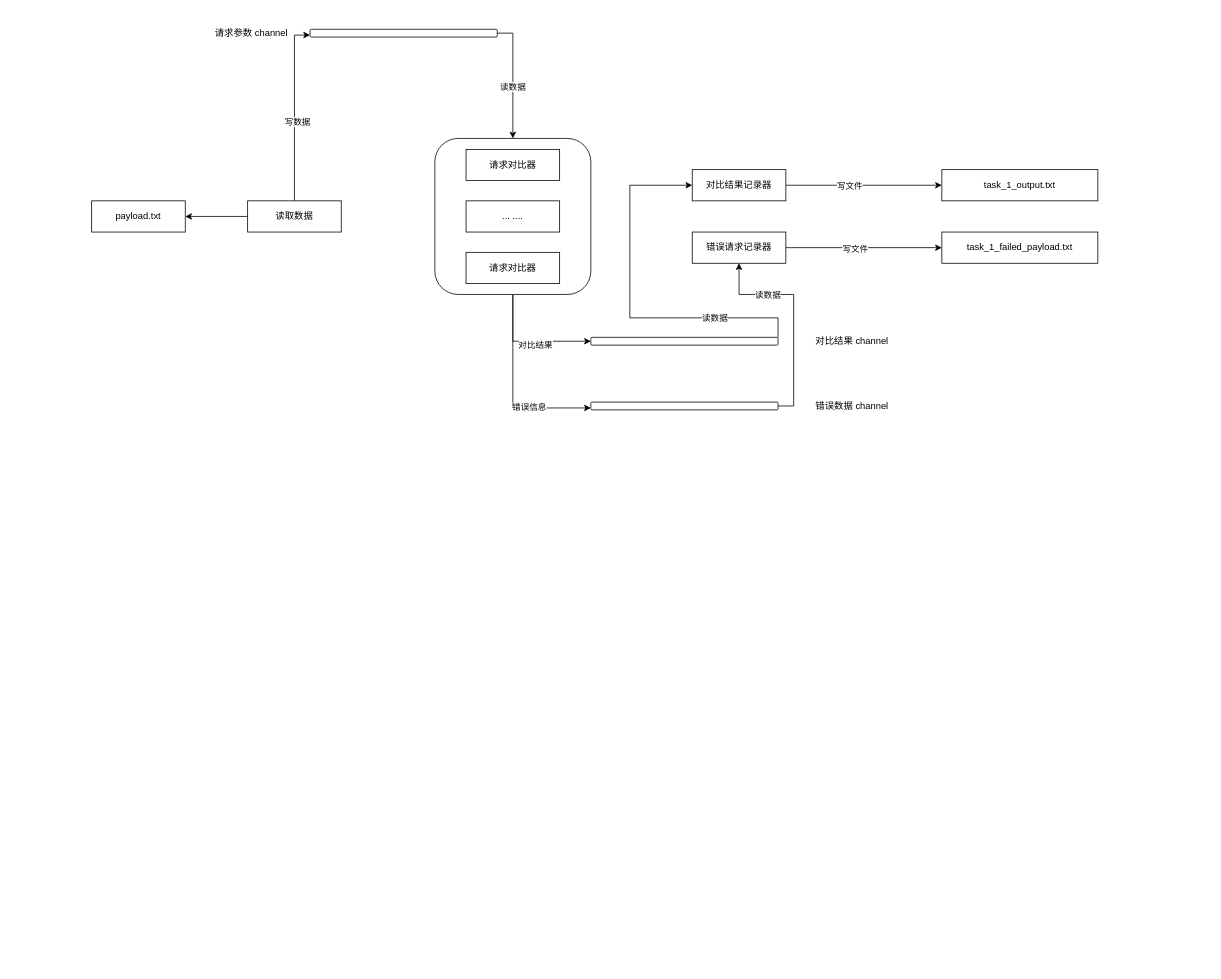
Above: tools/http-diff.drawio in LanSeTianYe/draw (draw.io), before the change. Source tidied: cells renumbered, new cells numbered last; positions are measured from the earlier drawing's top-left corner, leaving out a move shared by most shapes. Both pictures are drawn from the tidied source at 78%, with x=0, y=0 at pixel (91, 21).
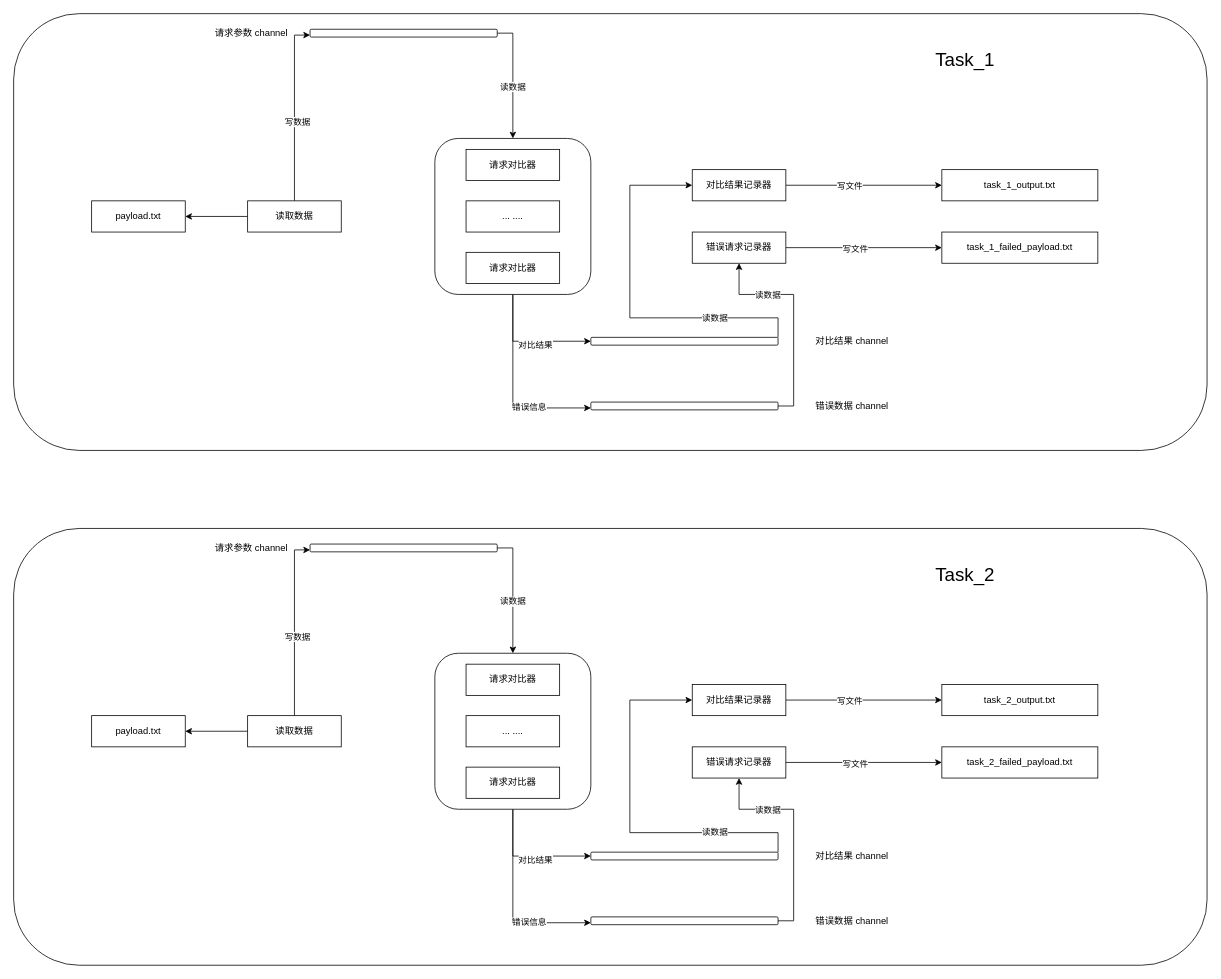
The same diagram, later.

Diff of the diagram source:
```diff
@@
+    <mxCell id="35" style="rounded=1;whiteSpace=wrap;html=1;" parent="1" vertex="1">
+      <mxGeometry x="-100" y="-10" width="1530" height="560" as="geometry" />
+    </mxCell>
@@
+    <mxCell id="36" value="&lt;font style=&quot;font-size: 24px;&quot;&gt;Task_1&lt;/font&gt;" style="text;html=1;align=center;verticalAlign=middle;whiteSpace=wrap;rounded=0;" parent="1" vertex="1">
+      <mxGeometry x="970" y="10" width="300" height="80" as="geometry" />
+    </mxCell>
+    <mxCell id="37" style="rounded=1;whiteSpace=wrap;html=1;" parent="1" vertex="1">
+      <mxGeometry x="-100" y="650" width="1530" height="560" as="geometry" />
+    </mxCell>
+    <mxCell id="38" style="edgeStyle=orthogonalEdgeStyle;rounded=0;jettySize=auto;html=1;exitX=0.5;exitY=1;exitDx=0;exitDy=0;entryX=0;entryY=0.5;entryDx=0;entryDy=0;" parent="1" edge="1" source="42" target="65">
+      <mxGeometry relative="1" as="geometry" />
+    </mxCell>
+    <mxCell id="39" value="对比结果" style="edgeLabel;html=1;align=center;verticalAlign=middle;" parent="38" vertex="1">
+      <mxGeometry x="0.1" y="-4" relative="1" as="geometry" />
+    </mxCell>
+    <mxCell id="40" style="edgeStyle=orthogonalEdgeStyle;rounded=0;jettySize=auto;html=1;exitX=0.5;exitY=1;exitDx=0;exitDy=0;entryX=0;entryY=0.75;entryDx=0;entryDy=0;" parent="1" edge="1" source="42" target="69">
+      <mxGeometry relative="1" as="geometry" />
+    </mxCell>
+    <mxCell id="41" value="错误信息" style="edgeLabel;html=1;align=center;verticalAlign=middle;" parent="40" vertex="1">
+      <mxGeometry x="0.35" y="2" relative="1" as="geometry">
+        <mxPoint y="1" as="offset" />
+      </mxGeometry>
+    </mxCell>
+    <mxCell id="42" style="rounded=1;whiteSpace=wrap;html=1;" parent="1" vertex="1">
+      <mxGeometry x="440" y="810" width="200" height="200" as="geometry" />
+    </mxCell>
+    <mxCell id="43" value="payload.txt" style="rounded=0;whiteSpace=wrap;html=1;" parent="1" vertex="1">
+      <mxGeometry y="890" width="120" height="40" as="geometry" />
+    </mxCell>
+    <mxCell id="44" value="请求对比器" style="rounded=0;whiteSpace=wrap;html=1;" parent="1" vertex="1">
+      <mxGeometry x="480" y="824" width="120" height="40" as="geometry" />
+    </mxCell>
+    <mxCell id="45" value="task_2_output.txt" style="rounded=0;whiteSpace=wrap;html=1;" parent="1" vertex="1">
+      <mxGeometry x="1090" y="850" width="200" height="40" as="geometry" />
+    </mxCell>
+    <mxCell id="46" value="task_2_failed_payload.txt" style="rounded=0;whiteSpace=wrap;html=1;" parent="1" vertex="1">
+      <mxGeometry x="1090" y="930" width="200" height="40" as="geometry" />
+    </mxCell>
+    <mxCell id="47" value="请求对比器" style="rounded=0;whiteSpace=wrap;html=1;" parent="1" vertex="1">
+      <mxGeometry x="480" y="956" width="120" height="40" as="geometry" />
+    </mxCell>
+    <mxCell id="48" style="edgeStyle=orthogonalEdgeStyle;rounded=0;jettySize=auto;html=1;exitX=0;exitY=0.5;exitDx=0;exitDy=0;" parent="1" edge="1" source="51" target="43">
+      <mxGeometry relative="1" as="geometry" />
+    </mxCell>
+    <mxCell id="49" style="edgeStyle=orthogonalEdgeStyle;rounded=0;jettySize=auto;html=1;exitX=0.5;exitY=0;exitDx=0;exitDy=0;entryX=0;entryY=0.75;entryDx=0;entryDy=0;" parent="1" edge="1" source="51" target="60">
+      <mxGeometry relative="1" as="geometry" />
+    </mxCell>
+    <mxCell id="50" value="写数据" style="edgeLabel;html=1;align=center;verticalAlign=middle;" parent="49" vertex="1">
+      <mxGeometry x="-0.12" y="-3" relative="1" as="geometry" />
+    </mxCell>
+    <mxCell id="51" value="读取数据" style="rounded=0;whiteSpace=wrap;html=1;" parent="1" vertex="1">
+      <mxGeometry x="200" y="890" width="120" height="40" as="geometry" />
+    </mxCell>
+    <mxCell id="52" style="edgeStyle=orthogonalEdgeStyle;rounded=0;jettySize=auto;html=1;exitX=1;exitY=0.5;exitDx=0;exitDy=0;entryX=0;entryY=0.5;entryDx=0;entryDy=0;" parent="1" edge="1" source="54" target="45">
+      <mxGeometry relative="1" as="geometry" />
+    </mxCell>
+    <mxCell id="53" value="写文件" style="edgeLabel;html=1;align=center;verticalAlign=middle;" parent="52" vertex="1">
+      <mxGeometry x="-0.19" relative="1" as="geometry" />
+    </mxCell>
+    <mxCell id="54" value="对比结果记录器" style="rounded=0;whiteSpace=wrap;html=1;" parent="1" vertex="1">
+      <mxGeometry x="770" y="850" width="120" height="40" as="geometry" />
+    </mxCell>
+    <mxCell id="55" style="edgeStyle=orthogonalEdgeStyle;rounded=0;jettySize=auto;html=1;exitX=1;exitY=0.5;exitDx=0;exitDy=0;" parent="1" edge="1" source="57" target="46">
+      <mxGeometry relative="1" as="geometry" />
+    </mxCell>
+    <mxCell id="56" value="写文件" style="edgeLabel;html=1;align=center;verticalAlign=middle;" parent="55" vertex="1">
+      <mxGeometry x="-0.12" y="-1" relative="1" as="geometry" />
+    </mxCell>
+    <mxCell id="57" value="错误请求记录器" style="rounded=0;whiteSpace=wrap;html=1;" parent="1" vertex="1">
+      <mxGeometry x="770" y="930" width="120" height="40" as="geometry" />
+    </mxCell>
+    <mxCell id="58" style="edgeStyle=orthogonalEdgeStyle;rounded=0;jettySize=auto;html=1;exitX=1;exitY=0.5;exitDx=0;exitDy=0;" parent="1" edge="1" source="60" target="42">
+      <mxGeometry relative="1" as="geometry" />
+    </mxCell>
+    <mxCell id="59" value="读数据" style="edgeLabel;html=1;align=center;verticalAlign=middle;" parent="58" vertex="1">
+      <mxGeometry x="0.14" y="-1" relative="1" as="geometry" />
+    </mxCell>
+    <mxCell id="60" style="rounded=1;whiteSpace=wrap;html=1;" parent="1" vertex="1">
+      <mxGeometry x="280" y="670" width="240" height="10" as="geometry" />
+    </mxCell>
+    <mxCell id="61" value="请求参数 channel" style="text;html=1;align=center;verticalAlign=middle;whiteSpace=wrap;rounded=0;" parent="1" vertex="1">
+      <mxGeometry x="150" y="660" width="110" height="30" as="geometry" />
+    </mxCell>
+    <mxCell id="62" value="... ...." style="rounded=0;whiteSpace=wrap;html=1;" parent="1" vertex="1">
+      <mxGeometry x="480" y="890" width="120" height="40" as="geometry" />
+    </mxCell>
+    <mxCell id="63" style="edgeStyle=orthogonalEdgeStyle;rounded=0;jettySize=auto;html=1;exitX=1;exitY=0;exitDx=0;exitDy=0;entryX=0;entryY=0.5;entryDx=0;entryDy=0;" parent="1" edge="1" source="65" target="54">
+      <mxGeometry relative="1" as="geometry">
+        <Array as="points">
+          <mxPoint x="880" y="1040" />
+          <mxPoint x="690" y="1040" />
+          <mxPoint x="690" y="870" />
+        </Array>
+      </mxGeometry>
+    </mxCell>
+    <mxCell id="64" value="读数据" style="edgeLabel;html=1;align=center;verticalAlign=middle;" parent="63" vertex="1">
+      <mxGeometry x="-0.54" y="-1" relative="1" as="geometry" />
+    </mxCell>
+    <mxCell id="65" style="rounded=1;whiteSpace=wrap;html=1;" parent="1" vertex="1">
+      <mxGeometry x="640" y="1065" width="240" height="10" as="geometry" />
+    </mxCell>
+    <mxCell id="66" value="对比结果 channel" style="text;html=1;align=center;verticalAlign=middle;whiteSpace=wrap;rounded=0;" parent="1" vertex="1">
+      <mxGeometry x="920" y="1055" width="110" height="30" as="geometry" />
+    </mxCell>
+    <mxCell id="67" style="edgeStyle=orthogonalEdgeStyle;rounded=0;jettySize=auto;html=1;exitX=1;exitY=0.5;exitDx=0;exitDy=0;entryX=0.5;entryY=1;entryDx=0;entryDy=0;" parent="1" edge="1" source="69" target="57">
+      <mxGeometry relative="1" as="geometry">
+        <Array as="points">
+          <mxPoint x="900" y="1153" />
+          <mxPoint x="900" y="1010" />
+          <mxPoint x="830" y="1010" />
+        </Array>
+      </mxGeometry>
+    </mxCell>
+    <mxCell id="68" value="读数据" style="edgeLabel;html=1;align=center;verticalAlign=middle;" parent="67" vertex="1">
+      <mxGeometry x="0.44" relative="1" as="geometry" />
+    </mxCell>
+    <mxCell id="69" style="rounded=1;whiteSpace=wrap;html=1;" parent="1" vertex="1">
+      <mxGeometry x="640" y="1148" width="240" height="10" as="geometry" />
+    </mxCell>
+    <mxCell id="70" value="错误数据 channel" style="text;html=1;align=center;verticalAlign=middle;whiteSpace=wrap;rounded=0;" parent="1" vertex="1">
+      <mxGeometry x="920" y="1138" width="110" height="30" as="geometry" />
+    </mxCell>
+    <mxCell id="71" value="&lt;font style=&quot;font-size: 24px;&quot;&gt;Task_2&lt;/font&gt;" style="text;html=1;align=center;verticalAlign=middle;whiteSpace=wrap;rounded=0;" parent="1" vertex="1">
+      <mxGeometry x="970" y="670" width="300" height="80" as="geometry" />
+    </mxCell>
```
